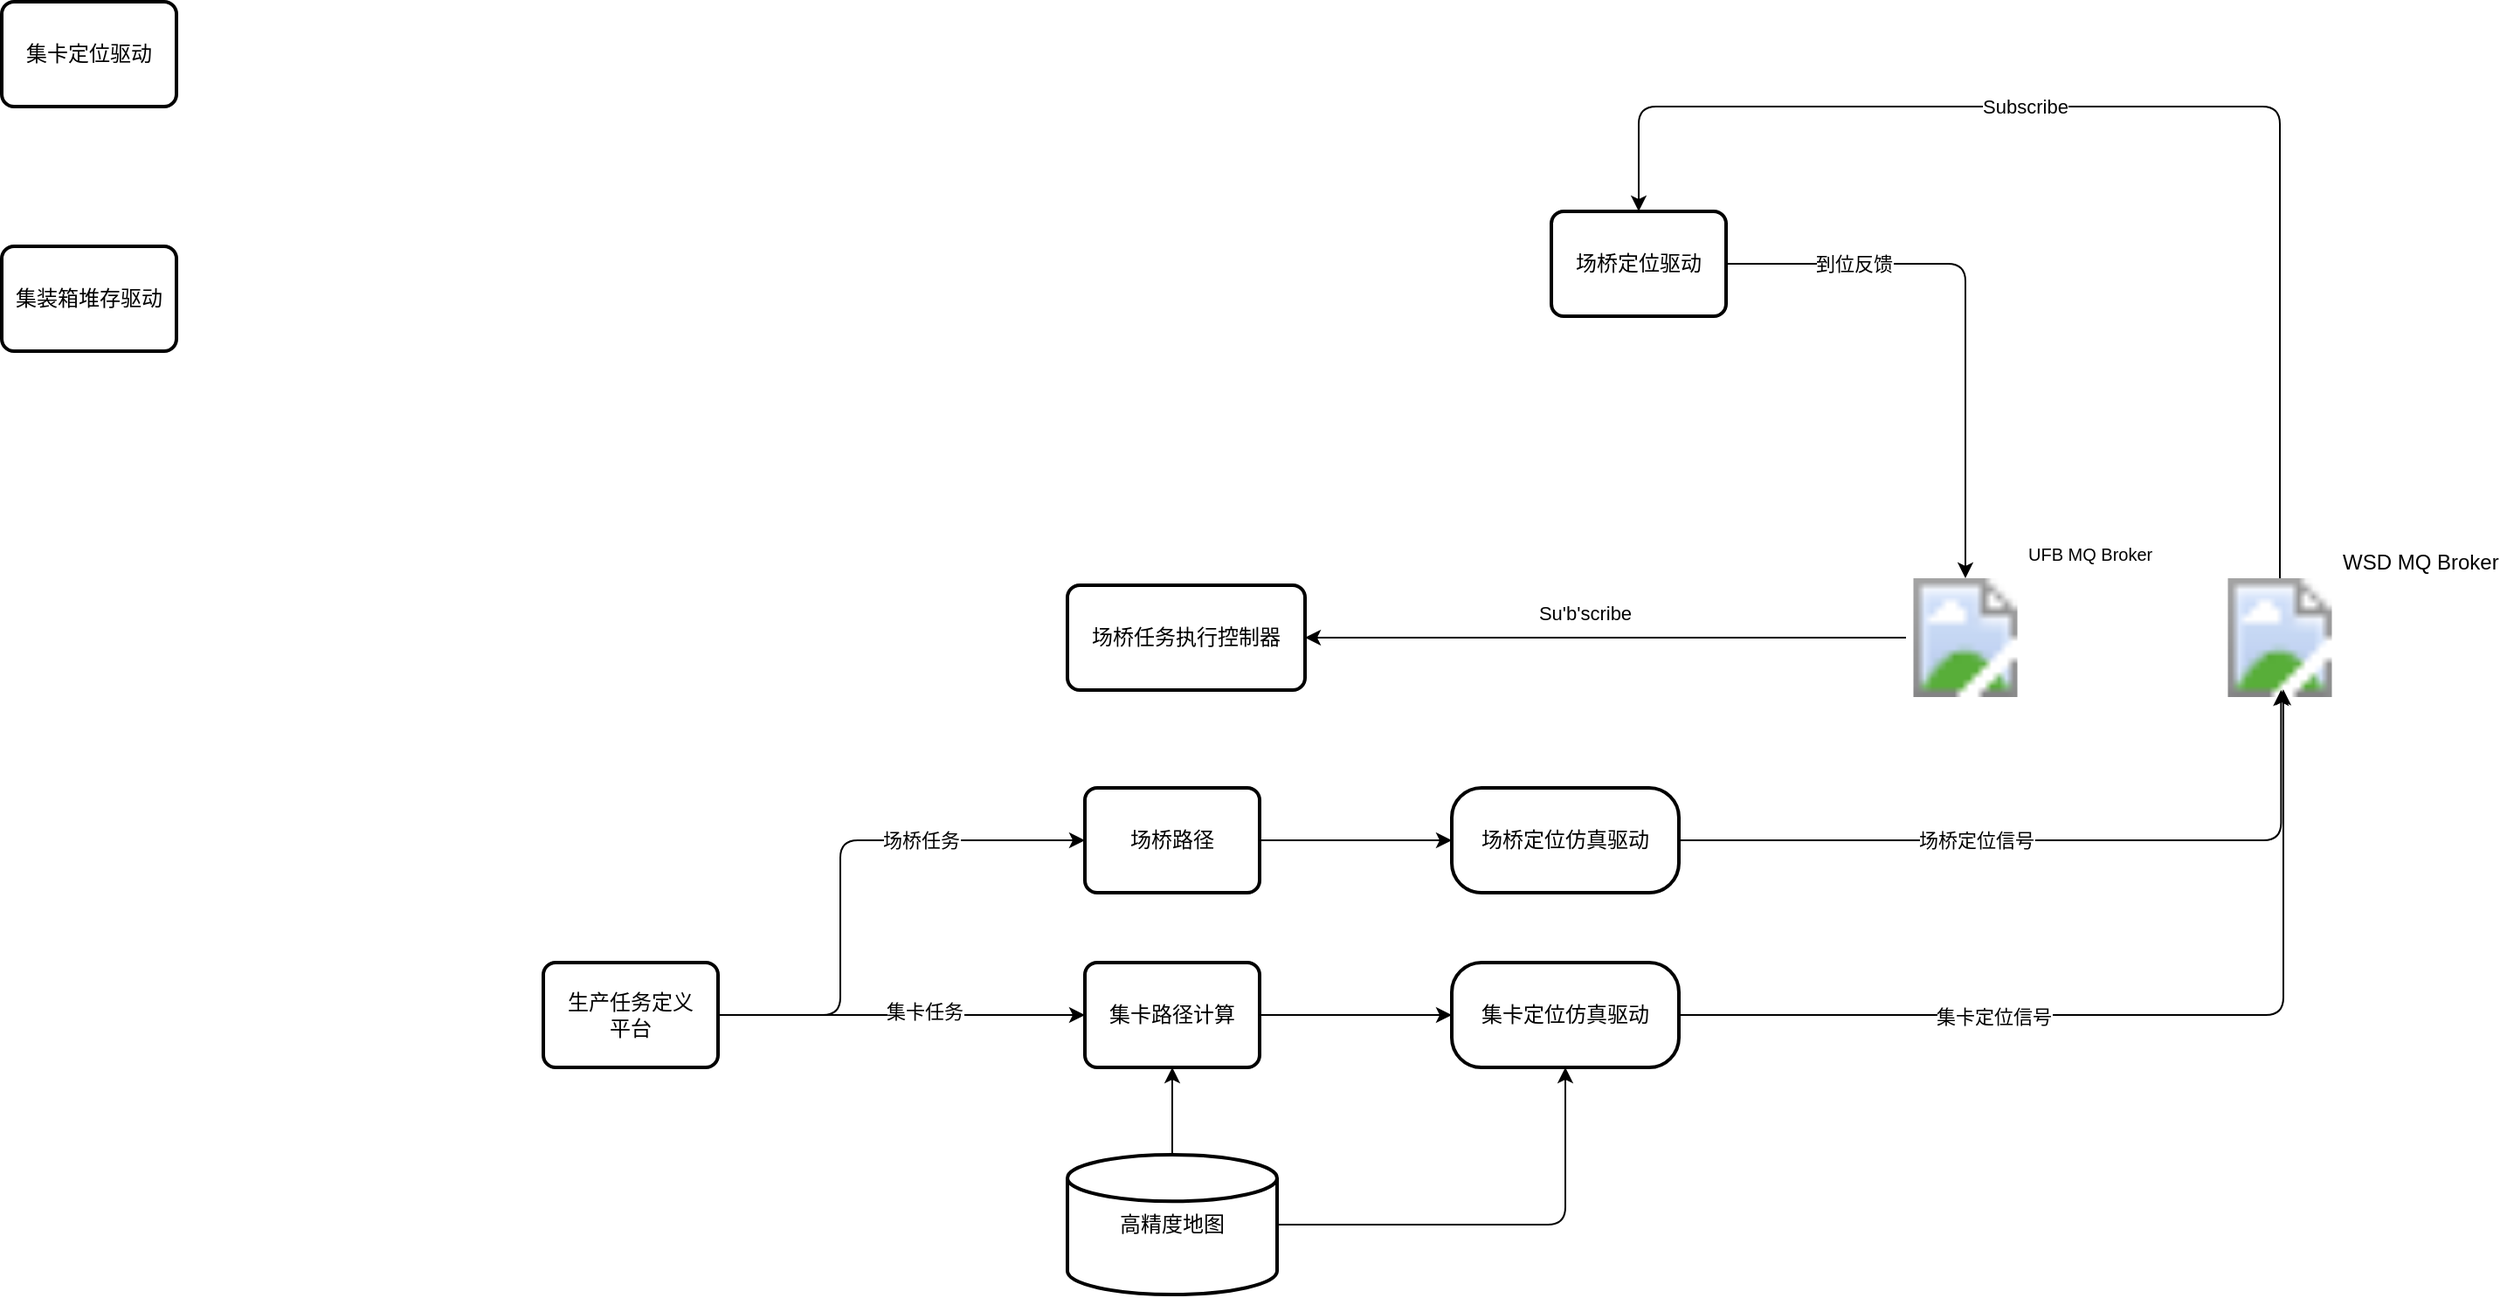
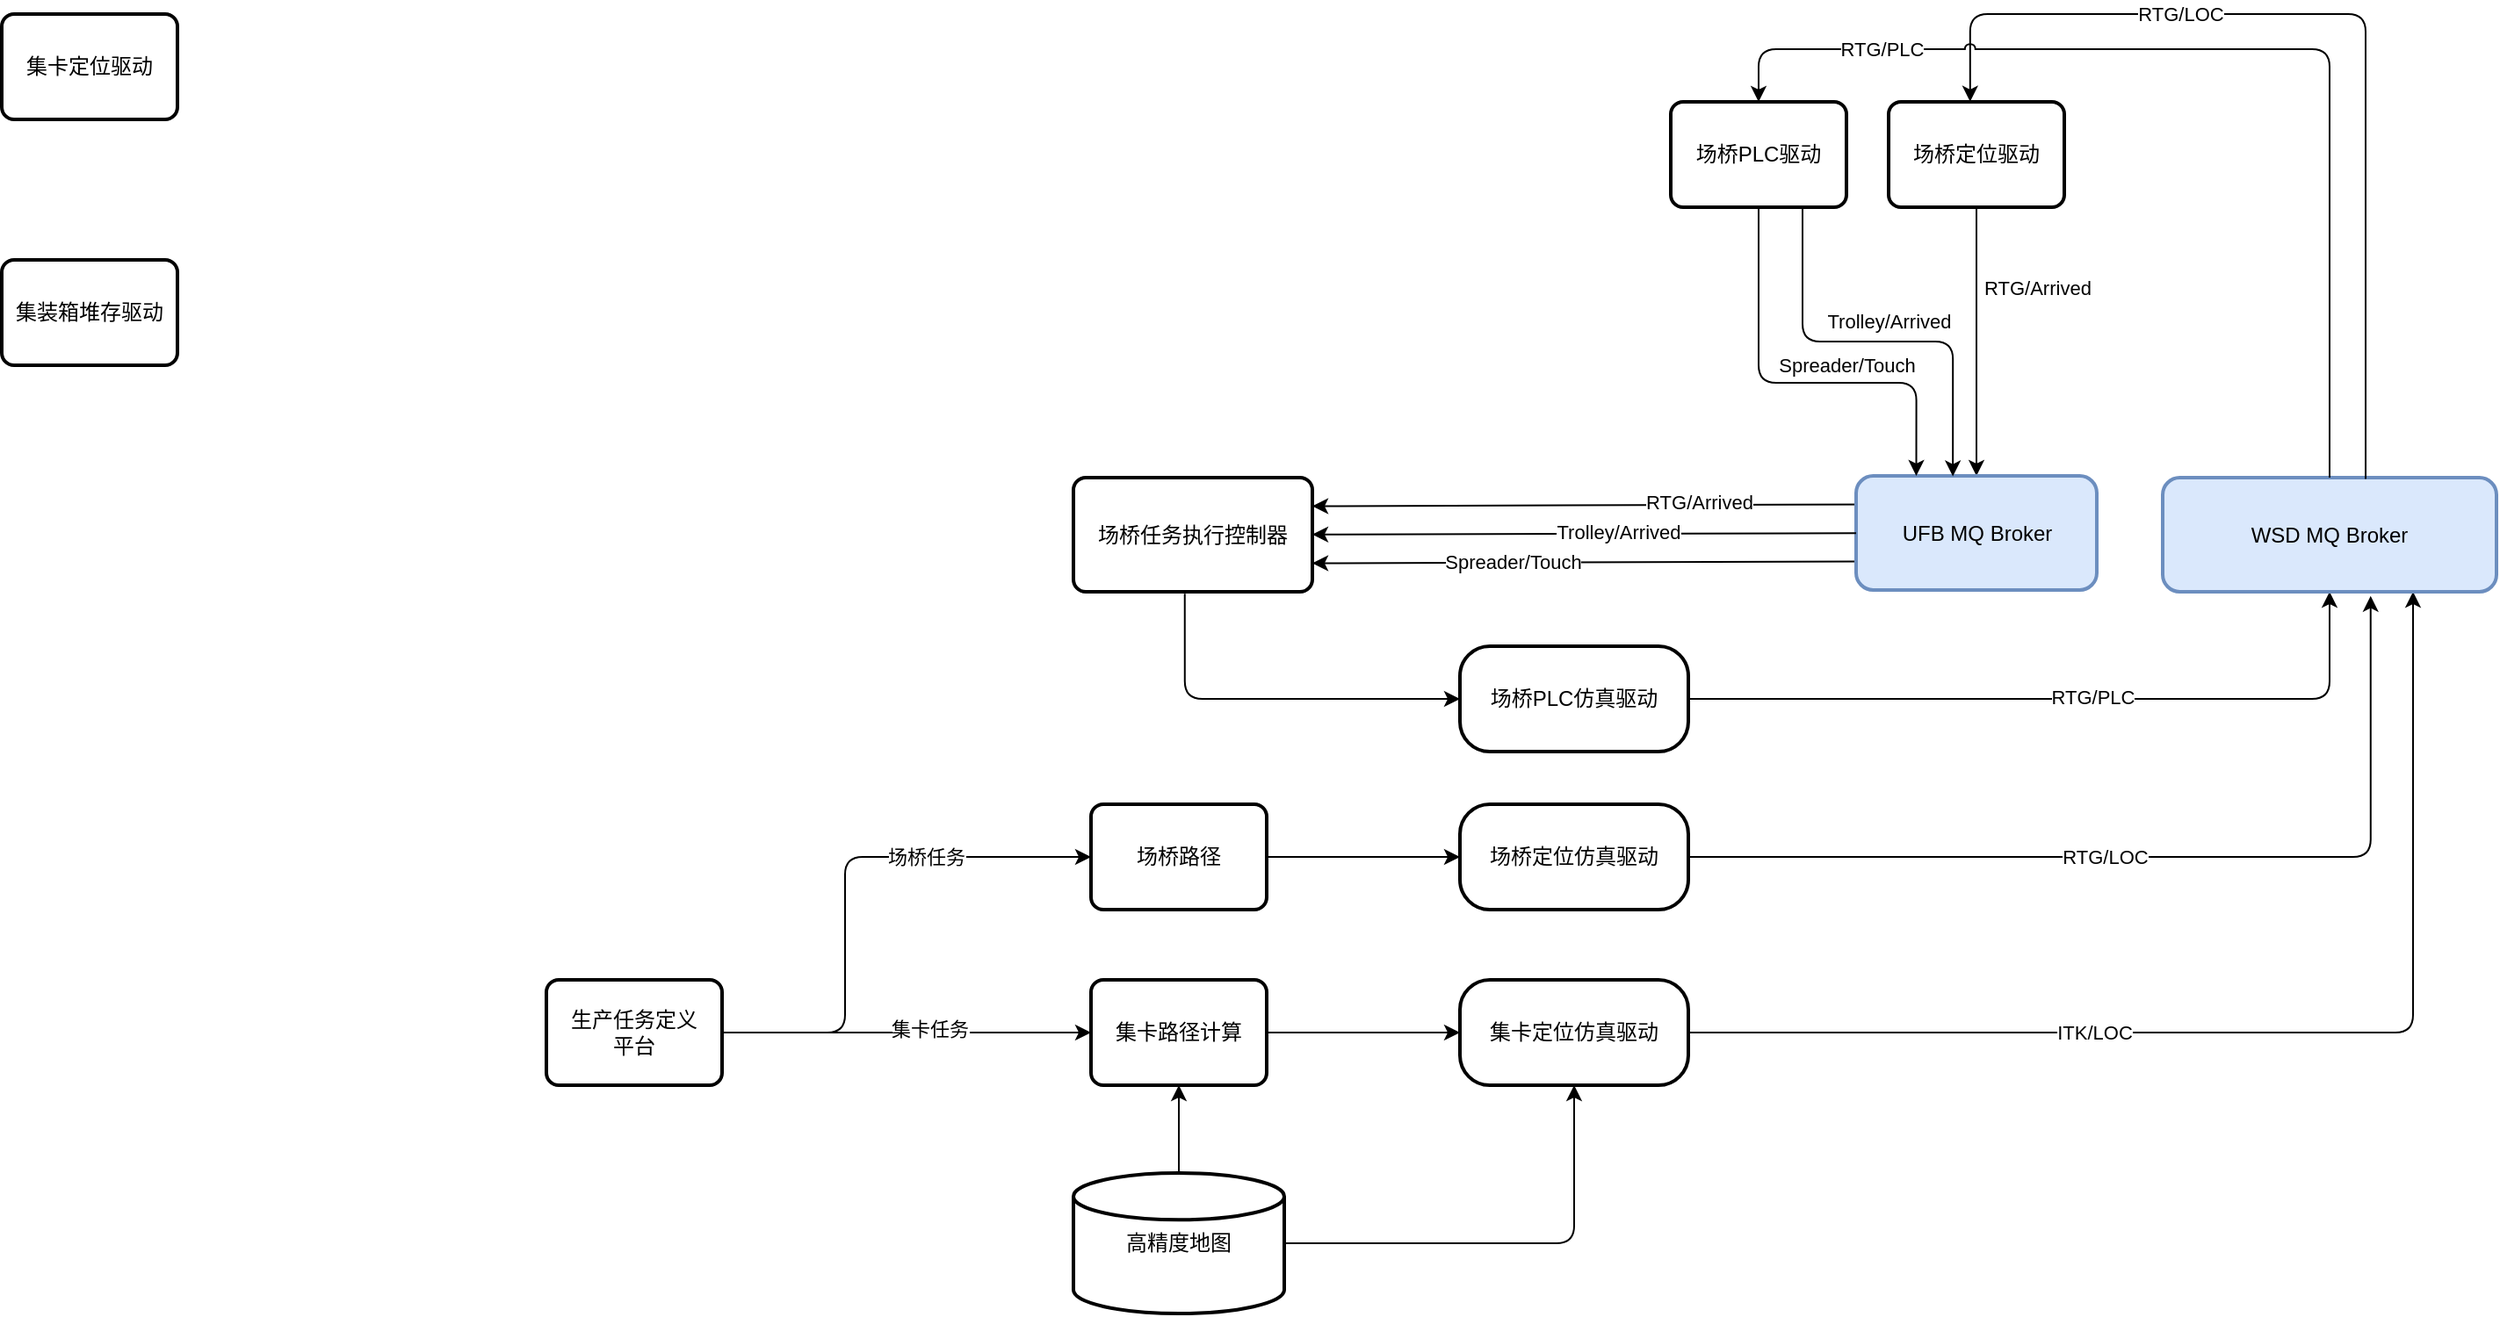
<mxfile host="app.diagrams.net">
  <diagram name="Page-1" id="QhJ_A7A5ahqmxk3ePwj9">
-     <mxGraphModel dx="3265" dy="950" grid="1" gridSize="10" guides="1" tooltips="1" connect="1" arrows="1" fold="1" page="1" pageScale="1" pageWidth="827" pageHeight="1169" math="0" shadow="0">
+     <mxGraphModel dx="2499" dy="651" grid="1" gridSize="10" guides="1" tooltips="1" connect="1" arrows="1" fold="1" page="1" pageScale="1" pageWidth="827" pageHeight="1169" math="0" shadow="0">
      <root>
        <mxCell id="0" />
        <mxCell id="1" parent="0" />
        <mxCell id="wbFv9MDJ_wnUiio-fiau-3" edge="1" parent="1" source="wbFv9MDJ_wnUiio-fiau-1" style="edgeStyle=orthogonalEdgeStyle;rounded=1;orthogonalLoop=1;jettySize=auto;html=1;entryX=0.5;entryY=1;entryDx=0;entryDy=0;curved=0;" target="wbFv9MDJ_wnUiio-fiau-2">
          <mxGeometry relative="1" as="geometry" />
        </mxCell>
        <mxCell id="wbFv9MDJ_wnUiio-fiau-10" edge="1" parent="1" source="wbFv9MDJ_wnUiio-fiau-1" style="edgeStyle=orthogonalEdgeStyle;rounded=0;orthogonalLoop=1;jettySize=auto;html=1;" target="wbFv9MDJ_wnUiio-fiau-9">
          <mxGeometry relative="1" as="geometry" />
        </mxCell>
        <mxCell id="wbFv9MDJ_wnUiio-fiau-1" parent="1" style="strokeWidth=2;html=1;shape=mxgraph.flowchart.database;whiteSpace=wrap;verticalAlign=middle;" value="高精度&lt;span style=&quot;background-color: transparent; color: light-dark(rgb(0, 0, 0), rgb(255, 255, 255));&quot;&gt;地图&lt;/span&gt;" vertex="1">
          <mxGeometry height="80" width="120" x="450" y="870" as="geometry" />
        </mxCell>
        <mxCell id="wbFv9MDJ_wnUiio-fiau-2" parent="1" style="rounded=1;whiteSpace=wrap;html=1;absoluteArcSize=1;arcSize=34;strokeWidth=2;" value="集卡定位仿真驱动" vertex="1">
          <mxGeometry height="60" width="130" x="670" y="760" as="geometry" />
        </mxCell>
-         <mxCell id="wbFv9MDJ_wnUiio-fiau-22" edge="1" parent="1" source="wbFv9MDJ_wnUiio-fiau-4" style="edgeStyle=orthogonalEdgeStyle;rounded=1;orthogonalLoop=1;jettySize=auto;html=1;curved=0;" target="wbFv9MDJ_wnUiio-fiau-21">
-           <mxGeometry relative="1" as="geometry" />
-         </mxCell>
-         <mxCell id="wbFv9MDJ_wnUiio-fiau-23" connectable="0" parent="wbFv9MDJ_wnUiio-fiau-22" style="edgeLabel;html=1;align=center;verticalAlign=middle;resizable=0;points=[];" value="到位反馈" vertex="1">
+         <mxCell id="wbFv9MDJ_wnUiio-fiau-22" edge="1" parent="1" source="wbFv9MDJ_wnUiio-fiau-4" style="edgeStyle=orthogonalEdgeStyle;rounded=1;orthogonalLoop=1;jettySize=auto;html=1;curved=0;" target="wbFv9MDJ_wnUiio-fiau-43">
+           <mxGeometry relative="1" as="geometry">
+             <mxPoint x="964" y="470" as="targetPoint" />
+           </mxGeometry>
+         </mxCell>
+         <mxCell id="wbFv9MDJ_wnUiio-fiau-23" connectable="0" parent="wbFv9MDJ_wnUiio-fiau-22" style="edgeLabel;html=1;align=center;verticalAlign=middle;resizable=0;points=[];" value="RTG/Arrived&amp;nbsp;" vertex="1">
          <mxGeometry relative="1" x="0.1115" y="1" as="geometry">
-             <mxPoint x="-65" y="-39" as="offset" />
+             <mxPoint x="35" y="-39" as="offset" />
          </mxGeometry>
        </mxCell>
        <mxCell id="wbFv9MDJ_wnUiio-fiau-4" parent="1" style="rounded=1;whiteSpace=wrap;html=1;absoluteArcSize=1;arcSize=14;strokeWidth=2;strokeColor=light-dark(#000000,#0066CC);" value="场桥定位驱动" vertex="1">
-           <mxGeometry height="60" width="100" x="727" y="330" as="geometry" />
+           <mxGeometry height="60" width="100" x="914" y="260" as="geometry" />
        </mxCell>
        <mxCell id="wbFv9MDJ_wnUiio-fiau-5" parent="1" style="rounded=1;whiteSpace=wrap;html=1;absoluteArcSize=1;arcSize=14;strokeWidth=2;" value="集卡定位驱动" vertex="1">
          <mxGeometry height="60" width="100" x="-160" y="210" as="geometry" />
        </mxCell>
        <mxCell id="wbFv9MDJ_wnUiio-fiau-6" parent="1" style="rounded=1;whiteSpace=wrap;html=1;absoluteArcSize=1;arcSize=14;strokeWidth=2;" value="集装箱堆存驱动" vertex="1">
          <mxGeometry height="60" width="100" x="-160" y="350" as="geometry" />
        </mxCell>
        <mxCell id="wbFv9MDJ_wnUiio-fiau-11" edge="1" parent="1" source="wbFv9MDJ_wnUiio-fiau-7" style="edgeStyle=orthogonalEdgeStyle;rounded=0;orthogonalLoop=1;jettySize=auto;html=1;entryX=0;entryY=0.5;entryDx=0;entryDy=0;" target="wbFv9MDJ_wnUiio-fiau-9">
          <mxGeometry relative="1" as="geometry" />
        </mxCell>
        <mxCell id="wbFv9MDJ_wnUiio-fiau-12" connectable="0" parent="wbFv9MDJ_wnUiio-fiau-11" style="edgeLabel;html=1;align=center;verticalAlign=middle;resizable=0;points=[];" value="集卡任务" vertex="1">
          <mxGeometry relative="1" x="0.1222" y="2" as="geometry">
            <mxPoint as="offset" />
          </mxGeometry>
        </mxCell>
        <mxCell id="wbFv9MDJ_wnUiio-fiau-24" edge="1" parent="1" source="wbFv9MDJ_wnUiio-fiau-7" style="edgeStyle=orthogonalEdgeStyle;rounded=1;orthogonalLoop=1;jettySize=auto;html=1;entryX=0;entryY=0.5;entryDx=0;entryDy=0;curved=0;" target="wbFv9MDJ_wnUiio-fiau-8">
          <mxGeometry relative="1" as="geometry">
            <Array as="points">
              <mxPoint x="320" y="790" />
              <mxPoint x="320" y="690" />
            </Array>
          </mxGeometry>
        </mxCell>
        <mxCell id="wbFv9MDJ_wnUiio-fiau-25" connectable="0" parent="wbFv9MDJ_wnUiio-fiau-24" style="edgeLabel;html=1;align=center;verticalAlign=middle;resizable=0;points=[];" value="场桥任务" vertex="1">
          <mxGeometry relative="1" x="0.3946" as="geometry">
            <mxPoint as="offset" />
          </mxGeometry>
        </mxCell>
        <mxCell id="wbFv9MDJ_wnUiio-fiau-7" parent="1" style="rounded=1;whiteSpace=wrap;html=1;absoluteArcSize=1;arcSize=14;strokeWidth=2;" value="生产任务定义&lt;div&gt;平台&lt;/div&gt;" vertex="1">
          <mxGeometry height="60" width="100" x="150" y="760" as="geometry" />
        </mxCell>
        <mxCell id="wbFv9MDJ_wnUiio-fiau-26" edge="1" parent="1" source="wbFv9MDJ_wnUiio-fiau-8" style="edgeStyle=orthogonalEdgeStyle;rounded=0;orthogonalLoop=1;jettySize=auto;html=1;" target="wbFv9MDJ_wnUiio-fiau-17" value="">
          <mxGeometry relative="1" as="geometry" />
        </mxCell>
        <mxCell id="wbFv9MDJ_wnUiio-fiau-8" parent="1" style="rounded=1;whiteSpace=wrap;html=1;absoluteArcSize=1;arcSize=14;strokeWidth=2;" value="场桥路径" vertex="1">
          <mxGeometry height="60" width="100" x="460" y="660" as="geometry" />
        </mxCell>
        <mxCell id="wbFv9MDJ_wnUiio-fiau-13" edge="1" parent="1" source="wbFv9MDJ_wnUiio-fiau-9" style="edgeStyle=orthogonalEdgeStyle;rounded=0;orthogonalLoop=1;jettySize=auto;html=1;entryX=0;entryY=0.5;entryDx=0;entryDy=0;" target="wbFv9MDJ_wnUiio-fiau-2">
          <mxGeometry relative="1" as="geometry" />
        </mxCell>
        <mxCell id="wbFv9MDJ_wnUiio-fiau-9" parent="1" style="rounded=1;whiteSpace=wrap;html=1;absoluteArcSize=1;arcSize=14;strokeWidth=2;" value="集卡路径计算" vertex="1">
          <mxGeometry height="60" width="100" x="460" y="760" as="geometry" />
        </mxCell>
-         <mxCell id="wbFv9MDJ_wnUiio-fiau-27" edge="1" parent="1" source="wbFv9MDJ_wnUiio-fiau-14" style="edgeStyle=orthogonalEdgeStyle;rounded=1;orthogonalLoop=1;jettySize=auto;html=1;entryX=0.5;entryY=0;entryDx=0;entryDy=0;curved=0;" target="wbFv9MDJ_wnUiio-fiau-4">
-           <mxGeometry relative="1" as="geometry">
-             <Array as="points">
-               <mxPoint x="1144" y="270" />
-               <mxPoint x="777" y="270" />
-             </Array>
-           </mxGeometry>
-         </mxCell>
-         <mxCell id="wbFv9MDJ_wnUiio-fiau-28" connectable="0" parent="wbFv9MDJ_wnUiio-fiau-27" style="edgeLabel;html=1;align=center;verticalAlign=middle;resizable=0;points=[];" value="Subscribe" vertex="1">
-           <mxGeometry relative="1" x="-0.0928" y="3" as="geometry">
-             <mxPoint x="-100" y="-3" as="offset" />
-           </mxGeometry>
-         </mxCell>
-         <mxCell id="wbFv9MDJ_wnUiio-fiau-14" parent="1" style="image;aspect=fixed;html=1;points=[];align=left;fontSize=12;image=img/lib/dynamics365/ProductVisualize.svg;labelPosition=right;verticalLabelPosition=top;verticalAlign=bottom;" value="WSD MQ Broker" vertex="1">
-           <mxGeometry height="68" width="68" x="1110" y="540" as="geometry" />
-         </mxCell>
-         <mxCell id="wbFv9MDJ_wnUiio-fiau-15" edge="1" parent="1" source="wbFv9MDJ_wnUiio-fiau-2" style="edgeStyle=orthogonalEdgeStyle;rounded=1;orthogonalLoop=1;jettySize=auto;html=1;curved=0;entryX=0.529;entryY=0.936;entryDx=0;entryDy=0;entryPerimeter=0;" target="wbFv9MDJ_wnUiio-fiau-14">
-           <mxGeometry relative="1" as="geometry">
-             <mxPoint x="1144" y="610" as="targetPoint" />
-           </mxGeometry>
-         </mxCell>
-         <mxCell id="wbFv9MDJ_wnUiio-fiau-16" connectable="0" parent="wbFv9MDJ_wnUiio-fiau-15" style="edgeLabel;html=1;align=center;verticalAlign=middle;resizable=0;points=[];" value="集卡定位信号" vertex="1">
+         <mxCell id="wbFv9MDJ_wnUiio-fiau-15" edge="1" parent="1" source="wbFv9MDJ_wnUiio-fiau-2" style="edgeStyle=orthogonalEdgeStyle;rounded=1;orthogonalLoop=1;jettySize=auto;html=1;curved=0;entryX=0.75;entryY=1;entryDx=0;entryDy=0;" target="wbFv9MDJ_wnUiio-fiau-35">
+           <mxGeometry relative="1" as="geometry">
+             <mxPoint x="1145.9720000000007" y="533.6480000000001" as="targetPoint" />
+           </mxGeometry>
+         </mxCell>
+         <mxCell id="wbFv9MDJ_wnUiio-fiau-16" connectable="0" parent="wbFv9MDJ_wnUiio-fiau-15" style="edgeLabel;html=1;align=center;verticalAlign=middle;resizable=0;points=[];" value="ITK/LOC" vertex="1">
          <mxGeometry relative="1" x="0.325" y="5" as="geometry">
-             <mxPoint x="-161" y="7" as="offset" />
+             <mxPoint x="-177" y="27" as="offset" />
          </mxGeometry>
        </mxCell>
        <mxCell id="wbFv9MDJ_wnUiio-fiau-17" parent="1" style="rounded=1;whiteSpace=wrap;html=1;absoluteArcSize=1;arcSize=34;strokeWidth=2;" value="场桥定位仿真驱动" vertex="1">
          <mxGeometry height="60" width="130" x="670" y="660" as="geometry" />
        </mxCell>
-         <mxCell id="wbFv9MDJ_wnUiio-fiau-18" edge="1" parent="1" source="wbFv9MDJ_wnUiio-fiau-17" style="edgeStyle=orthogonalEdgeStyle;rounded=1;orthogonalLoop=1;jettySize=auto;html=1;curved=0;entryX=0.51;entryY=0.941;entryDx=0;entryDy=0;entryPerimeter=0;" target="wbFv9MDJ_wnUiio-fiau-14">
-           <mxGeometry relative="1" as="geometry">
-             <mxPoint x="1160" y="620" as="targetPoint" />
-           </mxGeometry>
-         </mxCell>
-         <mxCell id="wbFv9MDJ_wnUiio-fiau-19" connectable="0" parent="wbFv9MDJ_wnUiio-fiau-18" style="edgeLabel;html=1;align=center;verticalAlign=middle;resizable=0;points=[];" value="场桥定位信号" vertex="1">
+         <mxCell id="wbFv9MDJ_wnUiio-fiau-18" edge="1" parent="1" source="wbFv9MDJ_wnUiio-fiau-17" style="edgeStyle=orthogonalEdgeStyle;rounded=1;orthogonalLoop=1;jettySize=auto;html=1;curved=0;entryX=0.623;entryY=1.036;entryDx=0;entryDy=0;entryPerimeter=0;" target="wbFv9MDJ_wnUiio-fiau-35">
+           <mxGeometry relative="1" as="geometry">
+             <mxPoint x="1144.6800000000003" y="533.988" as="targetPoint" />
+           </mxGeometry>
+         </mxCell>
+         <mxCell id="wbFv9MDJ_wnUiio-fiau-19" connectable="0" parent="wbFv9MDJ_wnUiio-fiau-18" style="edgeLabel;html=1;align=center;verticalAlign=middle;resizable=0;points=[];" value="RTG/LOC" vertex="1">
          <mxGeometry relative="1" x="0.2547" y="1" as="geometry">
            <mxPoint x="-100" y="1" as="offset" />
          </mxGeometry>
        </mxCell>
-         <mxCell id="wbFv9MDJ_wnUiio-fiau-30" edge="1" parent="1" source="wbFv9MDJ_wnUiio-fiau-21" style="edgeStyle=orthogonalEdgeStyle;rounded=0;orthogonalLoop=1;jettySize=auto;html=1;" target="wbFv9MDJ_wnUiio-fiau-29">
-           <mxGeometry relative="1" as="geometry" />
-         </mxCell>
-         <mxCell id="wbFv9MDJ_wnUiio-fiau-31" connectable="0" parent="wbFv9MDJ_wnUiio-fiau-30" style="edgeLabel;html=1;align=center;verticalAlign=middle;resizable=0;points=[];" value="Su&#39;b&#39;scribe" vertex="1">
-           <mxGeometry relative="1" x="0.0707" y="-1" as="geometry">
-             <mxPoint y="-13" as="offset" />
-           </mxGeometry>
-         </mxCell>
-         <mxCell id="wbFv9MDJ_wnUiio-fiau-21" parent="1" style="image;aspect=fixed;html=1;points=[];align=left;fontSize=12;image=img/lib/dynamics365/ProductVisualize.svg;labelPosition=right;verticalLabelPosition=top;verticalAlign=bottom;" value="&lt;sup&gt;UFB MQ Broker&lt;/sup&gt;" vertex="1">
-           <mxGeometry height="68" width="68" x="930" y="540" as="geometry" />
+         <mxCell id="wbFv9MDJ_wnUiio-fiau-33" edge="1" parent="1" source="wbFv9MDJ_wnUiio-fiau-29" style="edgeStyle=orthogonalEdgeStyle;rounded=1;orthogonalLoop=1;jettySize=auto;html=1;entryX=0;entryY=0.5;entryDx=0;entryDy=0;exitX=0.466;exitY=1.017;exitDx=0;exitDy=0;exitPerimeter=0;curved=0;" target="wbFv9MDJ_wnUiio-fiau-32">
+           <mxGeometry relative="1" as="geometry">
+             <Array as="points">
+               <mxPoint x="513" y="600" />
+             </Array>
+           </mxGeometry>
        </mxCell>
        <mxCell id="wbFv9MDJ_wnUiio-fiau-29" parent="1" style="rounded=1;whiteSpace=wrap;html=1;absoluteArcSize=1;arcSize=14;strokeWidth=2;" value="场桥任务执行控制器" vertex="1">
-           <mxGeometry height="60" width="136" x="450" y="544" as="geometry" />
+           <mxGeometry height="65" width="136" x="450" y="474" as="geometry" />
+         </mxCell>
+         <mxCell id="wbFv9MDJ_wnUiio-fiau-32" parent="1" style="rounded=1;whiteSpace=wrap;html=1;absoluteArcSize=1;arcSize=34;strokeWidth=2;" value="场桥PLC仿真驱动" vertex="1">
+           <mxGeometry height="60" width="130" x="670" y="570" as="geometry" />
+         </mxCell>
+         <mxCell id="wbFv9MDJ_wnUiio-fiau-34" edge="1" parent="1" source="wbFv9MDJ_wnUiio-fiau-32" style="edgeStyle=orthogonalEdgeStyle;rounded=1;orthogonalLoop=1;jettySize=auto;html=1;curved=0;entryX=0.5;entryY=1;entryDx=0;entryDy=0;" target="wbFv9MDJ_wnUiio-fiau-35">
+           <mxGeometry relative="1" as="geometry">
+             <mxPoint x="1144" y="538" as="targetPoint" />
+           </mxGeometry>
+         </mxCell>
+         <mxCell id="wbFv9MDJ_wnUiio-fiau-36" connectable="0" parent="wbFv9MDJ_wnUiio-fiau-34" style="edgeLabel;html=1;align=center;verticalAlign=middle;resizable=0;points=[];" value="RTG/PLC" vertex="1">
+           <mxGeometry relative="1" x="0.0777" y="1" as="geometry">
+             <mxPoint as="offset" />
+           </mxGeometry>
+         </mxCell>
+         <mxCell id="wbFv9MDJ_wnUiio-fiau-35" parent="1" style="rounded=1;whiteSpace=wrap;html=1;strokeColor=#6c8ebf;fillStyle=auto;fillColor=#dae8fc;strokeWidth=2;" value="WSD MQ Broker" vertex="1">
+           <mxGeometry height="65" width="190" x="1070" y="474" as="geometry" />
+         </mxCell>
+         <mxCell id="wbFv9MDJ_wnUiio-fiau-37" edge="1" parent="1" source="wbFv9MDJ_wnUiio-fiau-35" style="edgeStyle=orthogonalEdgeStyle;rounded=1;orthogonalLoop=1;jettySize=auto;html=1;entryX=0.464;entryY=-0.002;entryDx=0;entryDy=0;entryPerimeter=0;exitX=0.608;exitY=0.011;exitDx=0;exitDy=0;exitPerimeter=0;curved=0;" target="wbFv9MDJ_wnUiio-fiau-4">
+           <mxGeometry relative="1" as="geometry">
+             <Array as="points">
+               <mxPoint x="1186" y="210" />
+               <mxPoint x="960" y="210" />
+             </Array>
+           </mxGeometry>
+         </mxCell>
+         <mxCell id="wbFv9MDJ_wnUiio-fiau-38" connectable="0" parent="wbFv9MDJ_wnUiio-fiau-37" style="edgeLabel;html=1;align=center;verticalAlign=middle;resizable=0;points=[];" value="RTG/LOC" vertex="1">
+           <mxGeometry relative="1" x="-0.4441" y="2" as="geometry">
+             <mxPoint x="-104" y="-115" as="offset" />
+           </mxGeometry>
+         </mxCell>
+         <mxCell id="wbFv9MDJ_wnUiio-fiau-39" edge="1" parent="1" source="wbFv9MDJ_wnUiio-fiau-35" style="edgeStyle=orthogonalEdgeStyle;rounded=1;orthogonalLoop=1;jettySize=auto;html=1;entryX=0.5;entryY=0;entryDx=0;entryDy=0;exitX=0.5;exitY=0;exitDx=0;exitDy=0;curved=0;jumpStyle=arc;" target="wbFv9MDJ_wnUiio-fiau-41">
+           <mxGeometry relative="1" as="geometry">
+             <Array as="points">
+               <mxPoint x="1165" y="230" />
+               <mxPoint x="840" y="230" />
+             </Array>
+           </mxGeometry>
+         </mxCell>
+         <mxCell id="wbFv9MDJ_wnUiio-fiau-42" connectable="0" parent="wbFv9MDJ_wnUiio-fiau-39" style="edgeLabel;html=1;align=center;verticalAlign=middle;resizable=0;points=[];" value="RTG/PLC" vertex="1">
+           <mxGeometry relative="1" x="0.7135" y="-2" as="geometry">
+             <mxPoint x="14" y="2" as="offset" />
+           </mxGeometry>
+         </mxCell>
+         <mxCell id="wbFv9MDJ_wnUiio-fiau-41" parent="1" style="rounded=1;whiteSpace=wrap;html=1;absoluteArcSize=1;arcSize=14;strokeWidth=2;strokeColor=light-dark(#000000,#0066CC);" value="场桥PLC驱动" vertex="1">
+           <mxGeometry height="60" width="100" x="790" y="260" as="geometry" />
+         </mxCell>
+         <mxCell id="wbFv9MDJ_wnUiio-fiau-44" edge="1" parent="1" style="rounded=1;orthogonalLoop=1;jettySize=auto;html=1;entryX=1;entryY=0.25;entryDx=0;entryDy=0;exitX=0;exitY=0.25;exitDx=0;exitDy=0;exitPerimeter=0;" target="wbFv9MDJ_wnUiio-fiau-29">
+           <mxGeometry relative="1" as="geometry">
+             <mxPoint x="909.5" y="489.25" as="sourcePoint" />
+             <mxPoint x="600" y="491" as="targetPoint" />
+           </mxGeometry>
+         </mxCell>
+         <mxCell id="wbFv9MDJ_wnUiio-fiau-45" connectable="0" parent="wbFv9MDJ_wnUiio-fiau-44" style="edgeLabel;html=1;align=center;verticalAlign=middle;resizable=0;points=[];" value="RTG/Arrived" vertex="1">
+           <mxGeometry relative="1" x="-0.1345" y="-2" as="geometry">
+             <mxPoint x="36" as="offset" />
+           </mxGeometry>
+         </mxCell>
+         <mxCell id="wbFv9MDJ_wnUiio-fiau-52" edge="1" parent="1" source="wbFv9MDJ_wnUiio-fiau-43" style="rounded=0;orthogonalLoop=1;jettySize=auto;html=1;exitX=0;exitY=0.75;exitDx=0;exitDy=0;exitPerimeter=0;entryX=1;entryY=0.75;entryDx=0;entryDy=0;" target="wbFv9MDJ_wnUiio-fiau-29">
+           <mxGeometry relative="1" as="geometry" />
+         </mxCell>
+         <mxCell id="wbFv9MDJ_wnUiio-fiau-53" connectable="0" parent="wbFv9MDJ_wnUiio-fiau-52" style="edgeLabel;html=1;align=center;verticalAlign=middle;resizable=0;points=[];" value="Spreader/Touch" vertex="1">
+           <mxGeometry relative="1" x="0.3602" y="-4" as="geometry">
+             <mxPoint x="15" y="3" as="offset" />
+           </mxGeometry>
+         </mxCell>
+         <mxCell id="wbFv9MDJ_wnUiio-fiau-43" parent="1" style="rounded=1;whiteSpace=wrap;html=1;strokeColor=#6c8ebf;fillStyle=auto;fillColor=#dae8fc;strokeWidth=2;points=[[0,0,0,0,0],[0,0.25,0,0,0],[0,0.5,0,0,0],[0,0.75,0,0,0],[0,1,0,0,0],[0.25,0,0,0,0],[0.25,1,0,0,0],[0.5,0,0,0,0],[0.5,1,0,0,0],[0.75,0,0,0,0],[0.75,1,0,0,0],[1,0,0,0,0],[1,0.25,0,0,0],[1,0.5,0,0,0],[1,0.75,0,0,0],[1,1,0,0,0]];" value="UFB MQ Broker" vertex="1">
+           <mxGeometry height="65" width="137" x="895.5" y="473" as="geometry" />
+         </mxCell>
+         <mxCell id="wbFv9MDJ_wnUiio-fiau-46" edge="1" parent="1" source="wbFv9MDJ_wnUiio-fiau-41" style="edgeStyle=orthogonalEdgeStyle;rounded=1;orthogonalLoop=1;jettySize=auto;html=1;entryX=0.402;entryY=0.004;entryDx=0;entryDy=0;exitX=0.75;exitY=1;exitDx=0;exitDy=0;curved=0;entryPerimeter=0;" target="wbFv9MDJ_wnUiio-fiau-43">
+           <mxGeometry relative="1" as="geometry" />
+         </mxCell>
+         <mxCell id="wbFv9MDJ_wnUiio-fiau-47" connectable="0" parent="wbFv9MDJ_wnUiio-fiau-46" style="edgeLabel;html=1;align=center;verticalAlign=middle;resizable=0;points=[];" value="Trolley/Arrived" vertex="1">
+           <mxGeometry relative="1" x="-0.6854" y="2" as="geometry">
+             <mxPoint x="47" y="27" as="offset" />
+           </mxGeometry>
+         </mxCell>
+         <mxCell id="wbFv9MDJ_wnUiio-fiau-48" edge="1" parent="1" source="wbFv9MDJ_wnUiio-fiau-43" style="rounded=0;orthogonalLoop=1;jettySize=auto;html=1;" target="wbFv9MDJ_wnUiio-fiau-29">
+           <mxGeometry relative="1" as="geometry" />
+         </mxCell>
+         <mxCell id="wbFv9MDJ_wnUiio-fiau-49" connectable="0" parent="wbFv9MDJ_wnUiio-fiau-48" style="edgeLabel;html=1;align=center;verticalAlign=middle;resizable=0;points=[];" value="Trolley/Arrived" vertex="1">
+           <mxGeometry relative="1" x="-0.2822" y="-2" as="geometry">
+             <mxPoint x="-25" y="1" as="offset" />
+           </mxGeometry>
+         </mxCell>
+         <mxCell id="wbFv9MDJ_wnUiio-fiau-50" edge="1" parent="1" source="wbFv9MDJ_wnUiio-fiau-41" style="edgeStyle=orthogonalEdgeStyle;rounded=1;orthogonalLoop=1;jettySize=auto;html=1;entryX=0.25;entryY=0;entryDx=0;entryDy=0;entryPerimeter=0;exitX=0.5;exitY=1;exitDx=0;exitDy=0;curved=0;" target="wbFv9MDJ_wnUiio-fiau-43">
+           <mxGeometry relative="1" as="geometry">
+             <Array as="points">
+               <mxPoint x="840" y="420" />
+               <mxPoint x="930" y="420" />
+             </Array>
+           </mxGeometry>
+         </mxCell>
+         <mxCell id="wbFv9MDJ_wnUiio-fiau-51" connectable="0" parent="wbFv9MDJ_wnUiio-fiau-50" style="edgeLabel;html=1;align=center;verticalAlign=middle;resizable=0;points=[];" value="Spreader/Touch" vertex="1">
+           <mxGeometry relative="1" x="-0.0408" y="1" as="geometry">
+             <mxPoint x="33" y="-9" as="offset" />
+           </mxGeometry>
        </mxCell>
      </root>
    </mxGraphModel>
  </diagram>
</mxfile>
